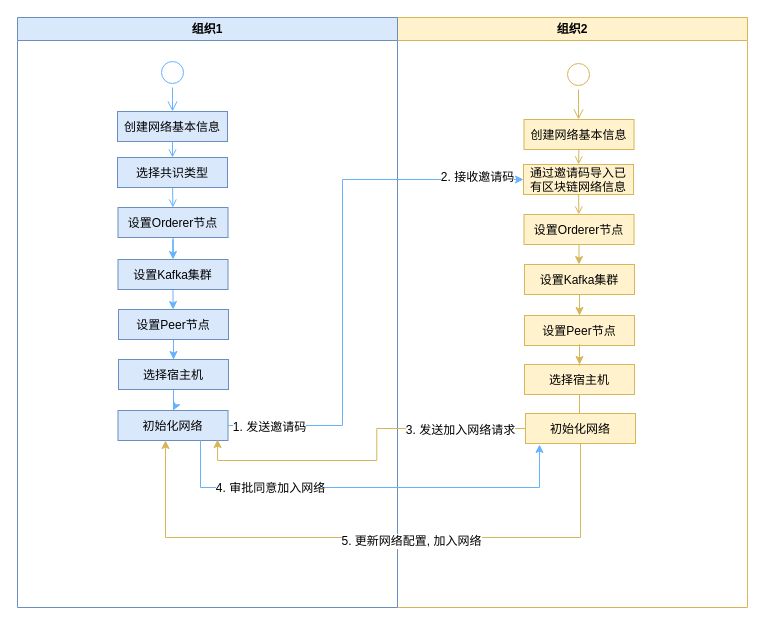
dilide/collections keeps this draw.io diagram as repository/drawio/postb/上线部署-重点流程描述.drawio. Above is the earlier version. Source tidied: cells renumbered, new cells numbered last; positions are measured from the earlier drawing's top-left corner, leaving out a move shared by most shapes. Both pictures are drawn from the tidied source at 100%, with x=0, y=0 at pixel (17, 17).
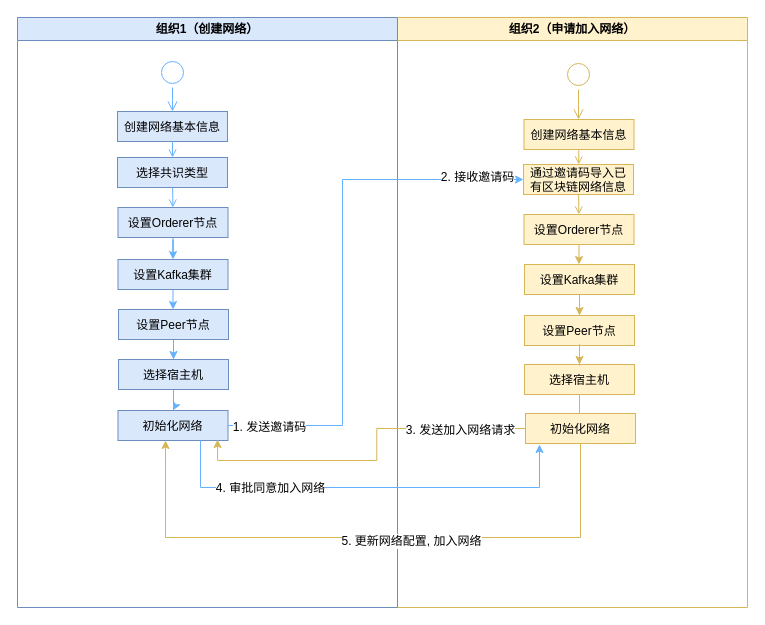
The same diagram, later.

Commit message:
Update 上线部署-重点流程描述.drawio

Change to the diagram source:
```diff
@@
-    <mxCell id="2" value="组织2" style="swimlane;whiteSpace=wrap;startSize=23;fillColor=#fff2cc;strokeColor=#d6b656;" parent="1" vertex="1">
+    <mxCell id="2" value="组织2（申请加入网络）" style="swimlane;whiteSpace=wrap;startSize=23;fillColor=#fff2cc;strokeColor=#d6b656;" parent="1" vertex="1">
       <mxGeometry x="380" width="350" height="590" as="geometry" />
     </mxCell>
@@
-    <mxCell id="18" value="组织1" style="swimlane;whiteSpace=wrap;fillColor=#dae8fc;strokeColor=#6c8ebf;" parent="1" vertex="1">
+    <mxCell id="18" value="组织1（创建网络）" style="swimlane;whiteSpace=wrap;fillColor=#dae8fc;strokeColor=#6c8ebf;" parent="1" vertex="1">
       <mxGeometry width="380" height="590" as="geometry" />
     </mxCell>
```
